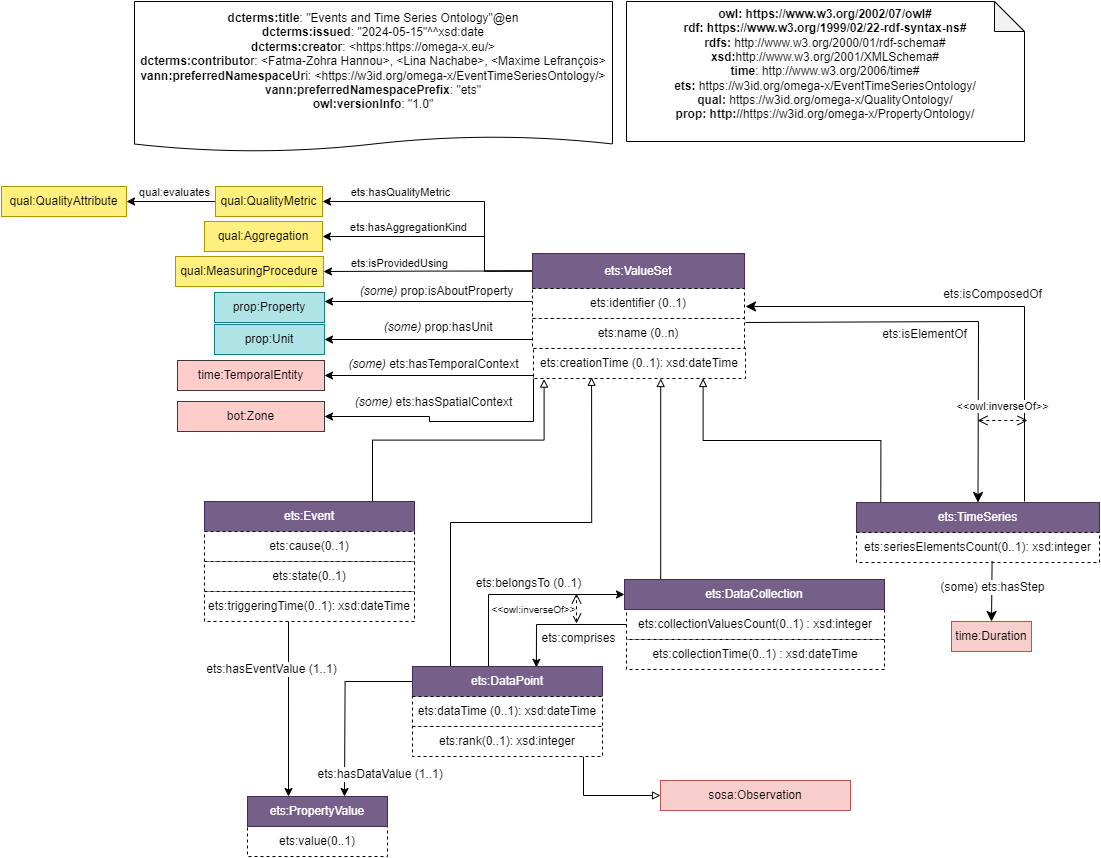
Above: EventsTimeSeriesOntology/EventsTimeSeries.png in FZ-HANNOU/Omega-X (draw.io), before the change. Source tidied: cells renumbered, new cells last; positions are measured from the earlier drawing's top-left corner, leaving out a move shared by most shapes.
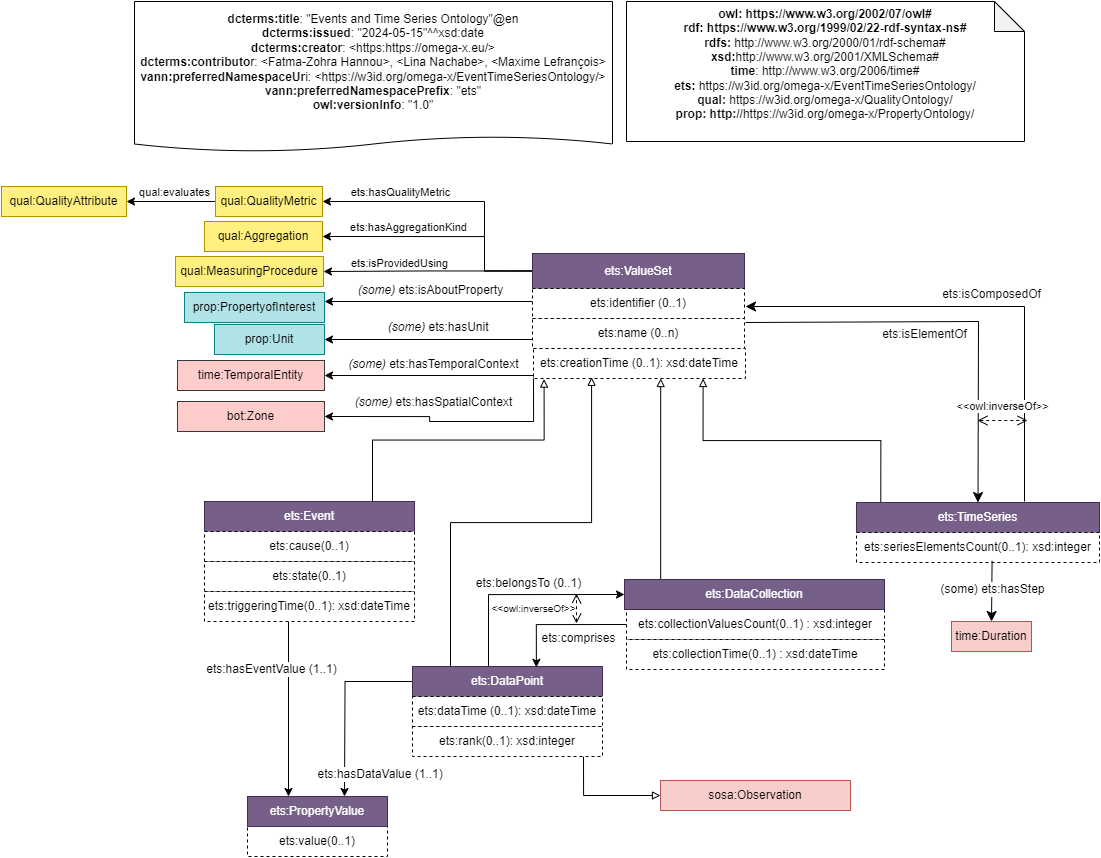
After the commit.

Commit message:
Update ETS documentation and Diagram.

The edit, as a diff of the source:
```diff
@@ -220,12 +220,12 @@
     <mxCell id="54" value="ets:PropertyValue" style="rounded=0;whiteSpace=wrap;html=1;fillColor=#76608a;strokeColor=#432D57;fontColor=#ffffff;" parent="1" vertex="1">
       <mxGeometry x="246" y="795" width="140" height="30" as="geometry" />
     </mxCell>
-    <mxCell id="55" value="&lt;div style=&quot;font-size: 12px;&quot;&gt;&lt;i&gt;(some)&lt;/i&gt; prop:isAboutProperty&lt;/div&gt;" style="text;html=1;align=center;verticalAlign=middle;labelBackgroundColor=#ffffff;fontSize=12;" parent="1" vertex="1">
-      <mxGeometry x="411" y="287" as="geometry">
-        <mxPoint x="23" y="2" as="offset" />
+    <mxCell id="55" value="&lt;div style=&quot;font-size: 12px;&quot;&gt;&lt;i&gt;(some)&lt;/i&gt;&amp;nbsp;ets:isAboutProperty&lt;/div&gt;" style="text;html=1;align=center;verticalAlign=middle;labelBackgroundColor=#ffffff;fontSize=12;" parent="1" vertex="1">
+      <mxGeometry x="411" y="280" as="geometry">
+        <mxPoint x="17" y="8" as="offset" />
       </mxGeometry>
     </mxCell>
-    <mxCell id="56" value="&lt;div style=&quot;font-size: 12px;&quot;&gt;&lt;i&gt;&amp;nbsp;(some)&lt;/i&gt; prop:hasUnit&lt;/div&gt;" style="text;html=1;align=center;verticalAlign=middle;labelBackgroundColor=#ffffff;fontSize=12;" parent="1" vertex="1">
+    <mxCell id="56" value="&lt;div style=&quot;font-size: 12px;&quot;&gt;&lt;i&gt;&amp;nbsp;(some)&lt;/i&gt;&amp;nbsp;ets:hasUnit&lt;/div&gt;" style="text;html=1;align=center;verticalAlign=middle;labelBackgroundColor=#ffffff;fontSize=12;" parent="1" vertex="1">
       <mxGeometry x="411" y="323" as="geometry">
         <mxPoint x="23" y="2" as="offset" />
       </mxGeometry>
@@ -263,8 +263,8 @@
         <mxPoint x="-120" y="-584" as="offset" />
       </mxGeometry>
     </mxCell>
-    <mxCell id="66" value="prop:Property" style="rounded=0;whiteSpace=wrap;html=1;snapToPoint=1;points=[[0.1,0],[0.2,0],[0.3,0],[0.4,0],[0.5,0],[0.6,0],[0.7,0],[0.8,0],[0.9,0],[0,0.1],[0,0.3],[0,0.5],[0,0.7],[0,0.9],[0.1,1],[0.2,1],[0.3,1],[0.4,1],[0.5,1],[0.6,1],[0.7,1],[0.8,1],[0.9,1],[1,0.1],[1,0.3],[1,0.5],[1,0.7],[1,0.9]];fillColor=#b0e3e6;strokeColor=#0e8088;" parent="1" vertex="1">
-      <mxGeometry x="213" y="291" width="110" height="30" as="geometry" />
+    <mxCell id="66" value="prop:PropertyofInterest" style="rounded=0;whiteSpace=wrap;html=1;snapToPoint=1;points=[[0.1,0],[0.2,0],[0.3,0],[0.4,0],[0.5,0],[0.6,0],[0.7,0],[0.8,0],[0.9,0],[0,0.1],[0,0.3],[0,0.5],[0,0.7],[0,0.9],[0.1,1],[0.2,1],[0.3,1],[0.4,1],[0.5,1],[0.6,1],[0.7,1],[0.8,1],[0.9,1],[1,0.1],[1,0.3],[1,0.5],[1,0.7],[1,0.9]];fillColor=#b0e3e6;strokeColor=#0e8088;" parent="1" vertex="1">
+      <mxGeometry x="183" y="291" width="140" height="30" as="geometry" />
     </mxCell>
     <mxCell id="67" value="prop:Unit" style="rounded=0;whiteSpace=wrap;html=1;snapToPoint=1;points=[[0.1,0],[0.2,0],[0.3,0],[0.4,0],[0.5,0],[0.6,0],[0.7,0],[0.8,0],[0.9,0],[0,0.1],[0,0.3],[0,0.5],[0,0.7],[0,0.9],[0.1,1],[0.2,1],[0.3,1],[0.4,1],[0.5,1],[0.6,1],[0.7,1],[0.8,1],[0.9,1],[1,0.1],[1,0.3],[1,0.5],[1,0.7],[1,0.9]];fillColor=#b0e3e6;strokeColor=#0e8088;" parent="1" vertex="1">
       <mxGeometry x="213" y="323" width="110" height="30" as="geometry" />
```
